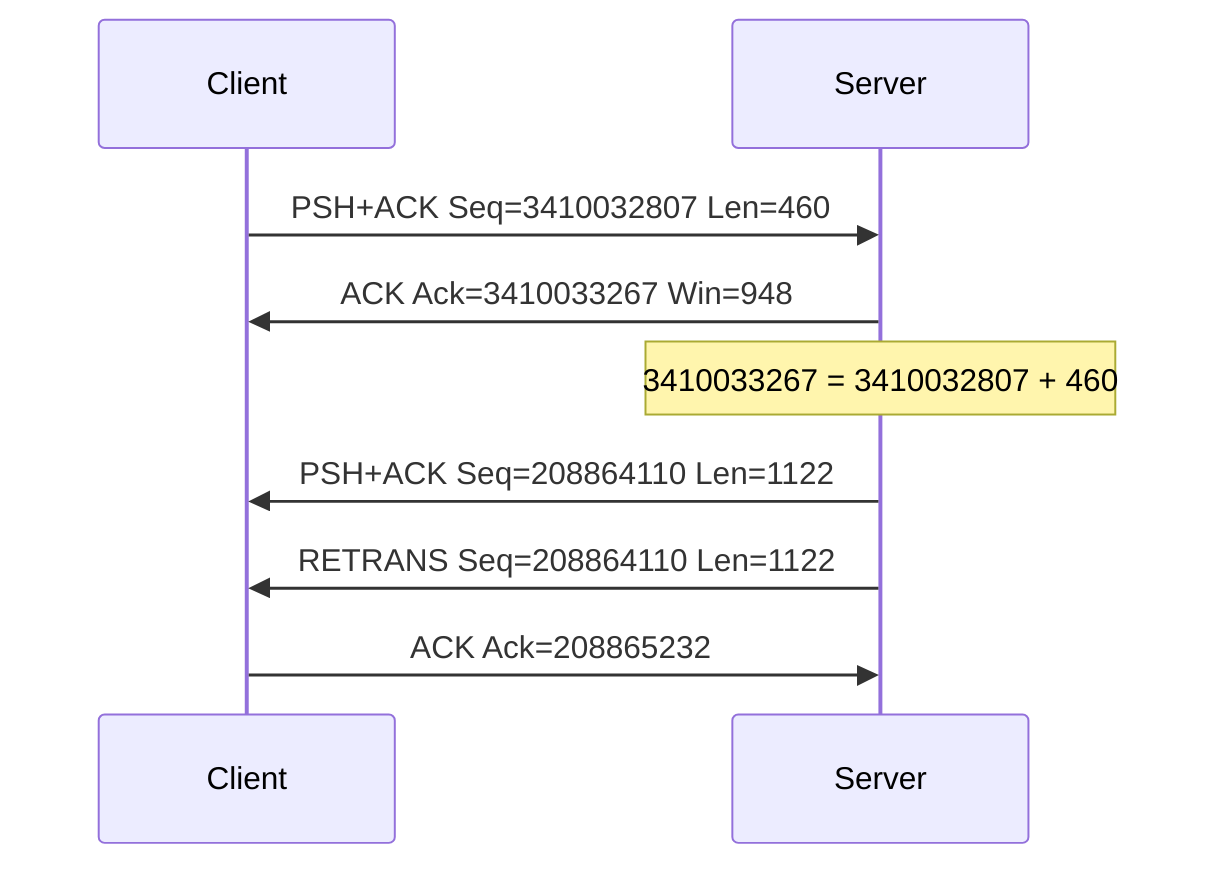
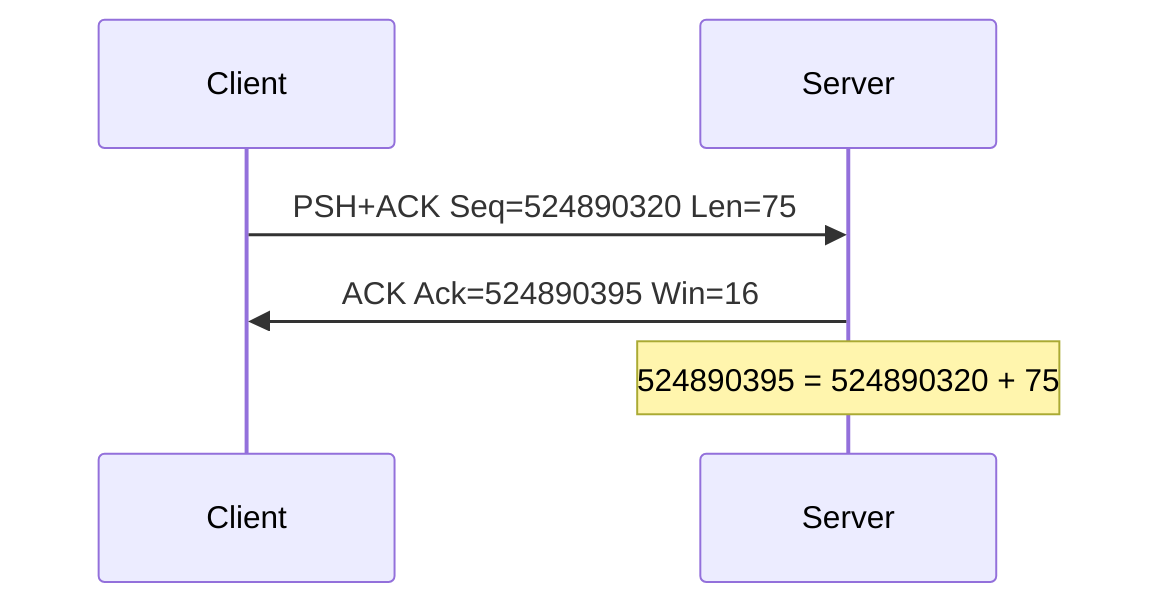
sequenceDiagram
    participant C as Client
    participant S as Server
-     C->>S: PSH+ACK Seq=3410032807 Len=460
-     S->>C: ACK Ack=3410033267 Win=948
-     Note over S: 3410033267 = 3410032807 + 460
-     S->>C: PSH+ACK Seq=208864110 Len=1122
-     S->>C: RETRANS Seq=208864110 Len=1122
-     C->>S: ACK Ack=208865232
+     C->>S: PSH+ACK Seq=524890320 Len=75
+     S->>C: ACK Ack=524890395 Win=16
+     Note over S: 524890395 = 524890320 + 75
